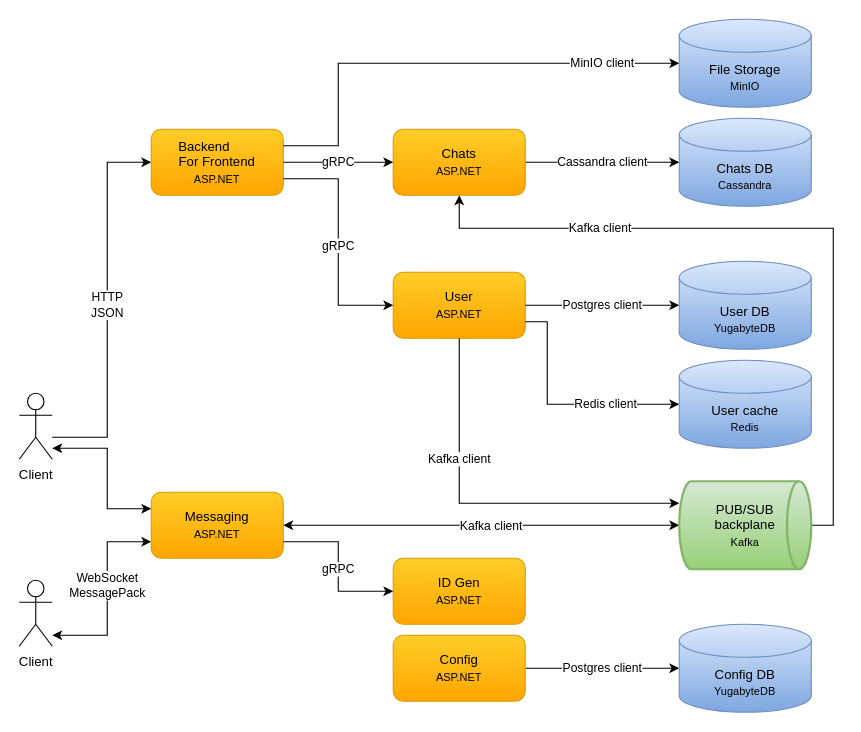
Above: docs/diagrams/cecochat-technologies.drawio in cvetomir-todorov/CecoChat (draw.io), before the change. Source tidied: cells renumbered, new cells numbered last; positions are measured from the earlier drawing's top-left corner, leaving out a move shared by most shapes. Both pictures are drawn from the tidied source at 110%, with x=0, y=0 at pixel (19, 19).
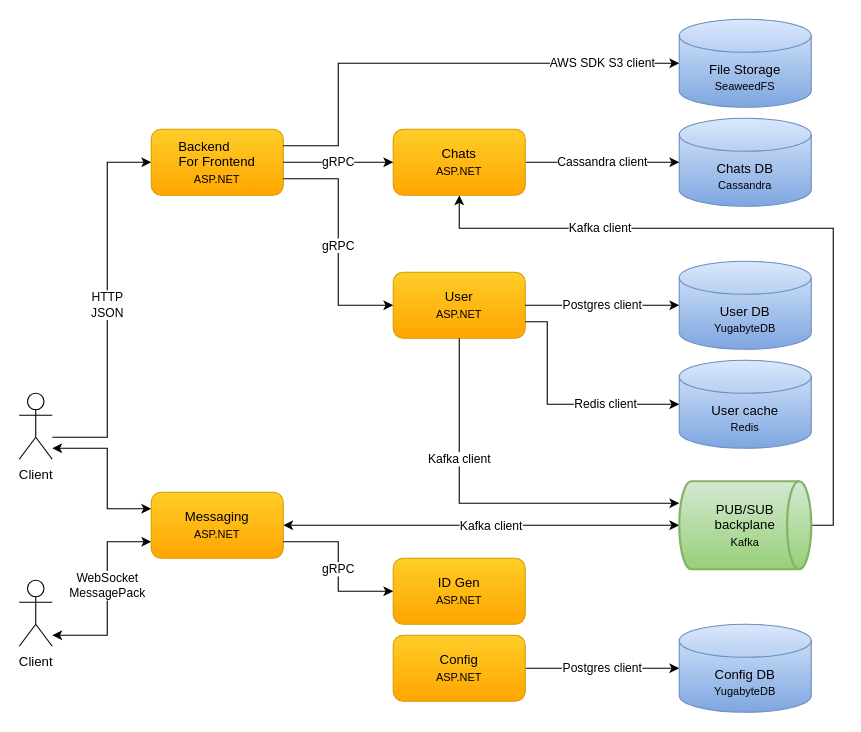
After the change.

Commit message (it also covers changes not shown here):
Update docs to say SeaweedFS: - Diagrams and images - Dev run and tech intro docs - README.md, CLAUDE.md

The change refers to these unchanged cells:
```xml
<mxCell id="19" value="Backend&amp;nbsp; &amp;nbsp; &amp;nbsp; &amp;nbsp;&lt;br style=&quot;border-color: var(--border-color);&quot;&gt;For Frontend&lt;br style=&quot;border-color: var(--border-color);&quot;&gt;&lt;font style=&quot;border-color: var(--border-color); font-size: 10px;&quot;&gt;ASP.NET&lt;/font&gt;" style="rounded=1;whiteSpace=wrap;html=1;gradientColor=#ffa500;fillColor=#ffcd28;strokeColor=#d79b00;" parent="1" vertex="1">
  <mxGeometry x="120" y="100" width="120" height="60" as="geometry" />
</mxCell>
```

The edit, as a diff of the source:
```diff
@@
-    <mxCell id="28" value="File Storage&lt;br style=&quot;border-color: var(--border-color);&quot;&gt;&lt;font style=&quot;border-color: var(--border-color); font-size: 10px;&quot;&gt;MinIO&lt;/font&gt;" style="shape=cylinder3;whiteSpace=wrap;html=1;boundedLbl=1;backgroundOutline=1;size=15;gradientColor=#7ea6e0;fillColor=#dae8fc;strokeColor=#6c8ebf;" parent="1" vertex="1">
+    <mxCell id="28" value="File Storage&lt;br style=&quot;border-color: var(--border-color);&quot;&gt;&lt;span style=&quot;font-size: 10px;&quot;&gt;SeaweedFS&lt;/span&gt;" style="shape=cylinder3;whiteSpace=wrap;html=1;boundedLbl=1;backgroundOutline=1;size=15;gradientColor=#7ea6e0;fillColor=#dae8fc;strokeColor=#6c8ebf;" parent="1" vertex="1">
       <mxGeometry x="600" width="120" height="80" as="geometry" />
     </mxCell>
-    <mxCell id="29" value="MinIO client" style="edgeStyle=orthogonalEdgeStyle;rounded=0;jettySize=auto;html=1;entryX=0;entryY=0.5;entryDx=0;entryDy=0;entryPerimeter=0;exitX=1;exitY=0.25;exitDx=0;exitDy=0;" parent="1" edge="1" source="19" target="28">
+    <mxCell id="29" value="AWS SDK S3 client" style="edgeStyle=orthogonalEdgeStyle;rounded=0;jettySize=auto;html=1;entryX=0;entryY=0.5;entryDx=0;entryDy=0;entryPerimeter=0;exitX=1;exitY=0.25;exitDx=0;exitDy=0;" parent="1" edge="1" source="19" target="28">
       <mxGeometry x="0.68" relative="1" as="geometry">
         <Array as="points">
           <mxPoint x="290" y="115" />
           <mxPoint x="290" y="40" />
         </Array>
       </mxGeometry>
     </mxCell>
```
